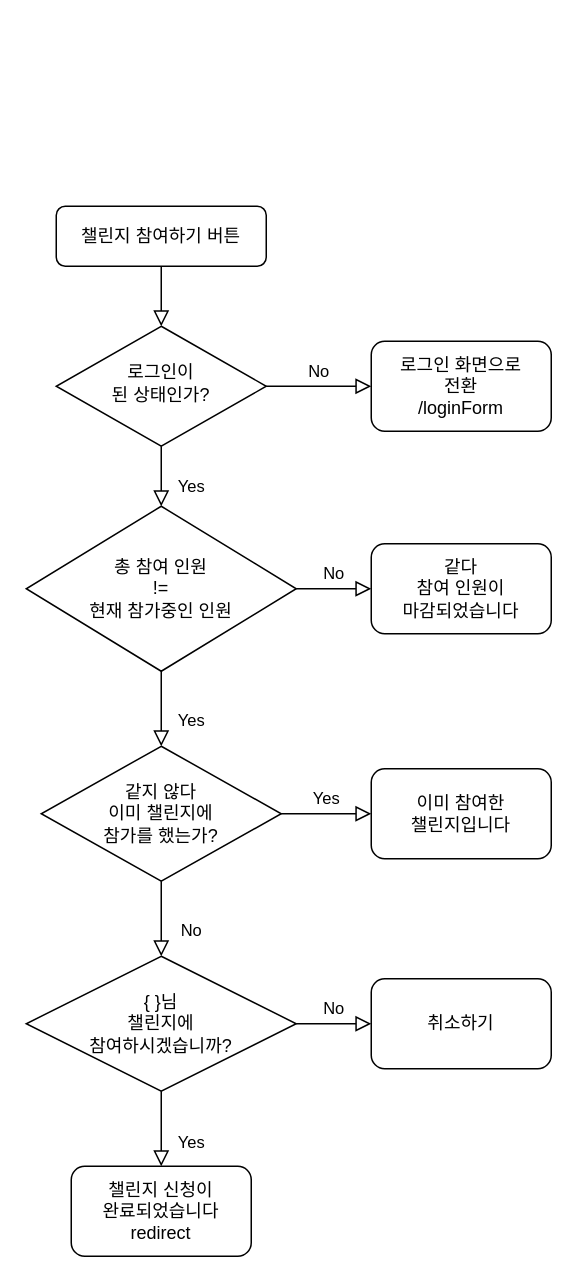
Above: page "chg_join" (1 of 4) of ssj.drawio in syr96/s202350102 (draw.io), before the change. Source tidied: cells renumbered, new cells numbered last; positions are measured from the earlier drawing's top-left corner, leaving out a move shared by most shapes. Both pictures are drawn from the tidied source at 150%, with x=0, y=0 at pixel (26, 206).
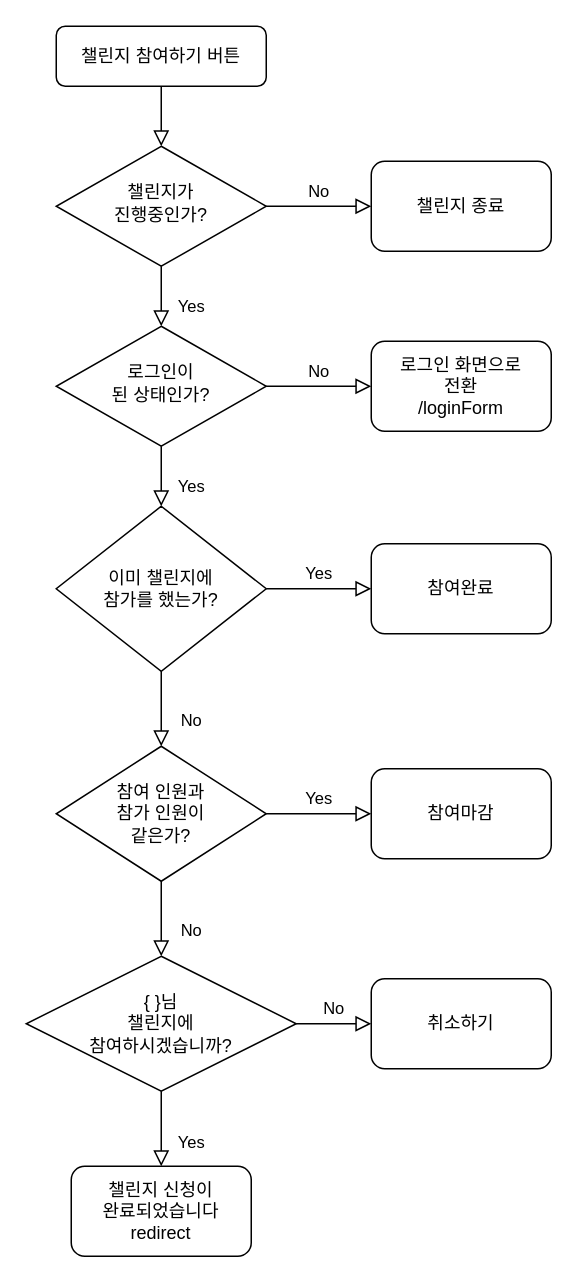
The same page after the edit.

The change refers to these unchanged cells:
```xml
<mxCell id="6" value="로그인이&lt;br&gt;된 상태인가?" style="rhombus;whiteSpace=wrap;html=1;shadow=0;fontFamily=Helvetica;fontSize=12;align=center;strokeWidth=1;spacing=6;spacingTop=-4;" parent="1" vertex="1">
  <mxGeometry x="20" y="80" width="140" height="80" as="geometry" />
</mxCell>
```

Diff of the diagram source:
```diff
@@
     <mxCell id="2" value="챌린지 참여하기 버튼" style="rounded=1;whiteSpace=wrap;html=1;fontSize=12;glass=0;strokeWidth=1;shadow=0;" parent="1" vertex="1">
-      <mxGeometry x="20" width="140" height="40" as="geometry" />
+      <mxGeometry x="20" y="-120" width="140" height="40" as="geometry" />
     </mxCell>
-    <mxCell id="3" style="rounded=0;html=1;jettySize=auto;fontSize=11;endArrow=block;endFill=0;endSize=8;strokeWidth=1;shadow=0;labelBackgroundColor=none;edgeStyle=orthogonalEdgeStyle;exitX=0.5;exitY=1;exitDx=0;exitDy=0;" parent="1" edge="1" source="2" target="6">
-      <mxGeometry y="20" relative="1" as="geometry" />
-    </mxCell>
@@
-    <mxCell id="8" value="총 참여 인원&lt;br&gt;!=&lt;br&gt;현재 참가중인 인원" style="rhombus;whiteSpace=wrap;html=1;" parent="1" vertex="1">
-      <mxGeometry y="200" width="180" height="110" as="geometry" />
+    <mxCell id="8" value="이미 챌린지에&lt;br&gt;참가를 했는가?" style="rhombus;whiteSpace=wrap;html=1;" parent="1" vertex="1">
+      <mxGeometry x="20" y="200" width="140" height="110" as="geometry" />
     </mxCell>
-    <mxCell id="9" value="No" style="edgeStyle=orthogonalEdgeStyle;rounded=0;html=1;jettySize=auto;fontSize=11;endArrow=block;endFill=0;endSize=8;strokeWidth=1;shadow=0;labelBackgroundColor=none;exitX=1;exitY=0.5;exitDx=0;exitDy=0;" parent="1" edge="1" source="8" target="10">
+    <mxCell id="9" value="Yes" style="edgeStyle=orthogonalEdgeStyle;rounded=0;html=1;jettySize=auto;fontSize=11;endArrow=block;endFill=0;endSize=8;strokeWidth=1;shadow=0;labelBackgroundColor=none;exitX=1;exitY=0.5;exitDx=0;exitDy=0;" parent="1" edge="1" source="8" target="10">
       <mxGeometry y="10" relative="1" as="geometry" />
     </mxCell>
-    <mxCell id="10" value="같다&lt;br&gt;참여 인원이 &lt;br&gt;마감되었습니다" style="rounded=1;whiteSpace=wrap;html=1;fontSize=12;glass=0;strokeWidth=1;shadow=0;" parent="1" vertex="1">
+    <mxCell id="10" value="참여완료" style="rounded=1;whiteSpace=wrap;html=1;fontSize=12;glass=0;strokeWidth=1;shadow=0;" parent="1" vertex="1">
       <mxGeometry x="230" y="225" width="120" height="60" as="geometry" />
     </mxCell>
-    <mxCell id="11" value="같지 않다&lt;br&gt;이미 챌린지에 &lt;br&gt;참가를 했는가?" style="rhombus;whiteSpace=wrap;html=1;" parent="1" vertex="1">
-      <mxGeometry x="10" y="360" width="160" height="90" as="geometry" />
+    <mxCell id="11" value="참여 인원과&lt;br&gt;참가 인원이&lt;br&gt;같은가?" style="rhombus;whiteSpace=wrap;html=1;" parent="1" vertex="1">
+      <mxGeometry x="20" y="360" width="140" height="90" as="geometry" />
     </mxCell>
-    <mxCell id="12" value="Yes" style="rounded=0;html=1;jettySize=auto;fontSize=11;endArrow=block;endFill=0;endSize=8;strokeWidth=1;shadow=0;labelBackgroundColor=none;edgeStyle=orthogonalEdgeStyle;exitX=0.5;exitY=1;exitDx=0;exitDy=0;entryX=0.5;entryY=0;entryDx=0;entryDy=0;" parent="1" edge="1" source="8" target="11">
+    <mxCell id="12" value="No" style="rounded=0;html=1;jettySize=auto;fontSize=11;endArrow=block;endFill=0;endSize=8;strokeWidth=1;shadow=0;labelBackgroundColor=none;edgeStyle=orthogonalEdgeStyle;exitX=0.5;exitY=1;exitDx=0;exitDy=0;entryX=0.5;entryY=0;entryDx=0;entryDy=0;" parent="1" edge="1" source="8" target="11">
       <mxGeometry x="0.33" y="20" relative="1" as="geometry" />
     </mxCell>
@@
-    <mxCell id="14" value="이미 참여한 &lt;br&gt;챌린지입니다" style="rounded=1;whiteSpace=wrap;html=1;fontSize=12;glass=0;strokeWidth=1;shadow=0;" parent="1" vertex="1">
+    <mxCell id="14" value="참여마감" style="rounded=1;whiteSpace=wrap;html=1;fontSize=12;glass=0;strokeWidth=1;shadow=0;" parent="1" vertex="1">
       <mxGeometry x="230" y="375" width="120" height="60" as="geometry" />
     </mxCell>
@@
+    <mxCell id="21" style="rounded=0;html=1;jettySize=auto;fontSize=11;endArrow=block;endFill=0;endSize=8;strokeWidth=1;shadow=0;labelBackgroundColor=none;edgeStyle=orthogonalEdgeStyle;exitX=0.5;exitY=1;exitDx=0;exitDy=0;" parent="1" edge="1" source="2" target="23">
+      <mxGeometry y="20" relative="1" as="geometry" />
+    </mxCell>
+    <mxCell id="22" value="No" style="edgeStyle=orthogonalEdgeStyle;rounded=0;html=1;jettySize=auto;fontSize=11;endArrow=block;endFill=0;endSize=8;strokeWidth=1;shadow=0;labelBackgroundColor=none;" parent="1" edge="1" source="23" target="24">
+      <mxGeometry y="10" relative="1" as="geometry" />
+    </mxCell>
+    <mxCell id="23" value="챌린지가&lt;br&gt;진행중인가?" style="rhombus;whiteSpace=wrap;html=1;shadow=0;fontFamily=Helvetica;fontSize=12;align=center;strokeWidth=1;spacing=6;spacingTop=-4;" parent="1" vertex="1">
+      <mxGeometry x="20" y="-40" width="140" height="80" as="geometry" />
+    </mxCell>
+    <mxCell id="24" value="챌린지 종료" style="rounded=1;whiteSpace=wrap;html=1;fontSize=12;glass=0;strokeWidth=1;shadow=0;" parent="1" vertex="1">
+      <mxGeometry x="230" y="-30" width="120" height="60" as="geometry" />
+    </mxCell>
+    <mxCell id="25" value="Yes" style="rounded=0;html=1;jettySize=auto;fontSize=11;endArrow=block;endFill=0;endSize=8;strokeWidth=1;shadow=0;labelBackgroundColor=none;edgeStyle=orthogonalEdgeStyle;entryX=0.5;entryY=0;entryDx=0;entryDy=0;exitX=0.5;exitY=1;exitDx=0;exitDy=0;" parent="1" edge="1" source="23" target="6">
+      <mxGeometry x="0.33" y="20" relative="1" as="geometry" />
+    </mxCell>
```
